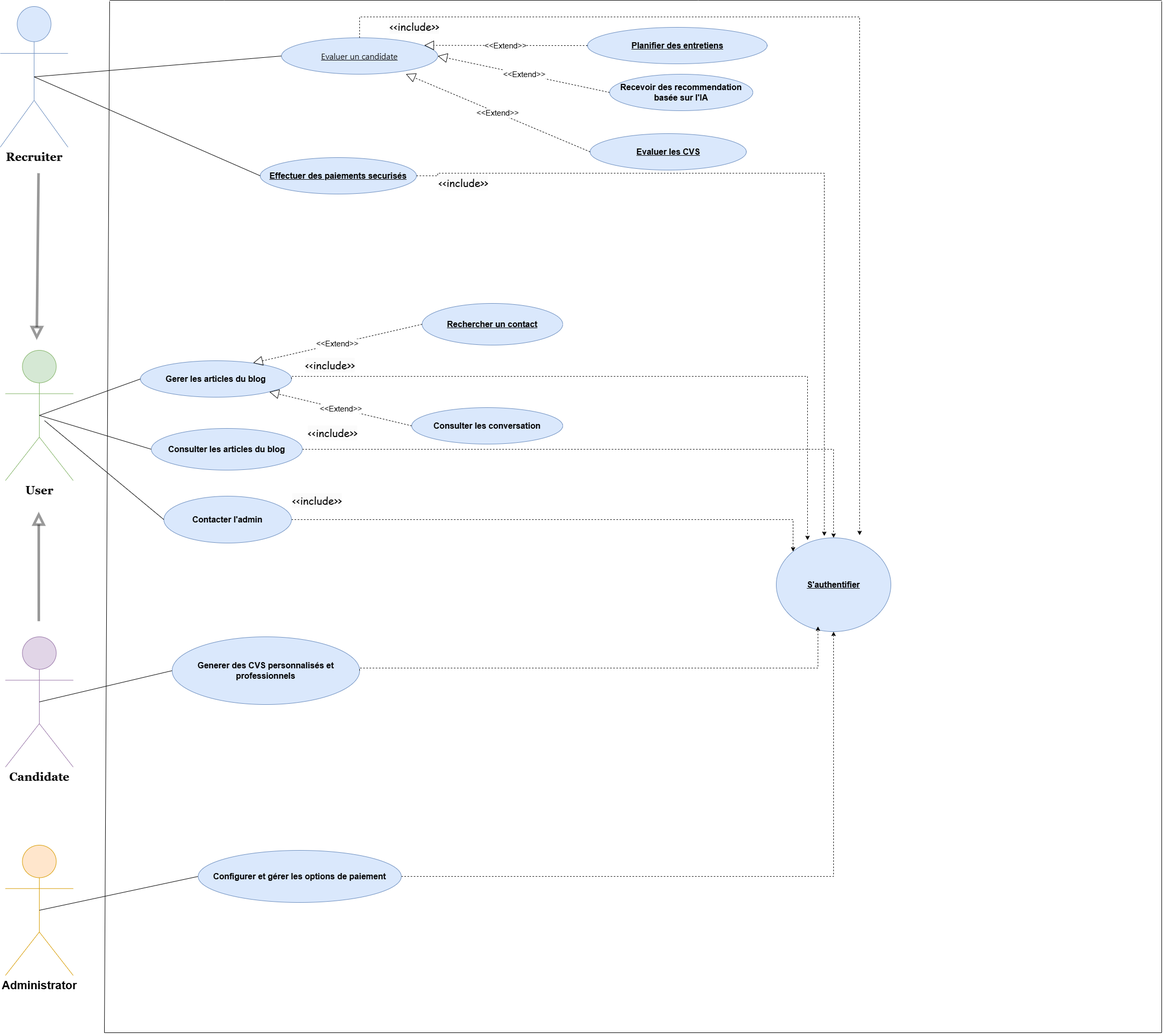
Above: Diagramme cas utilisation sprint3.drawio.png in chirine1/-project (draw.io), before the change. Source tidied: cells renumbered, new cells last; positions are measured from the earlier drawing's top-left corner, leaving out a move shared by most shapes.
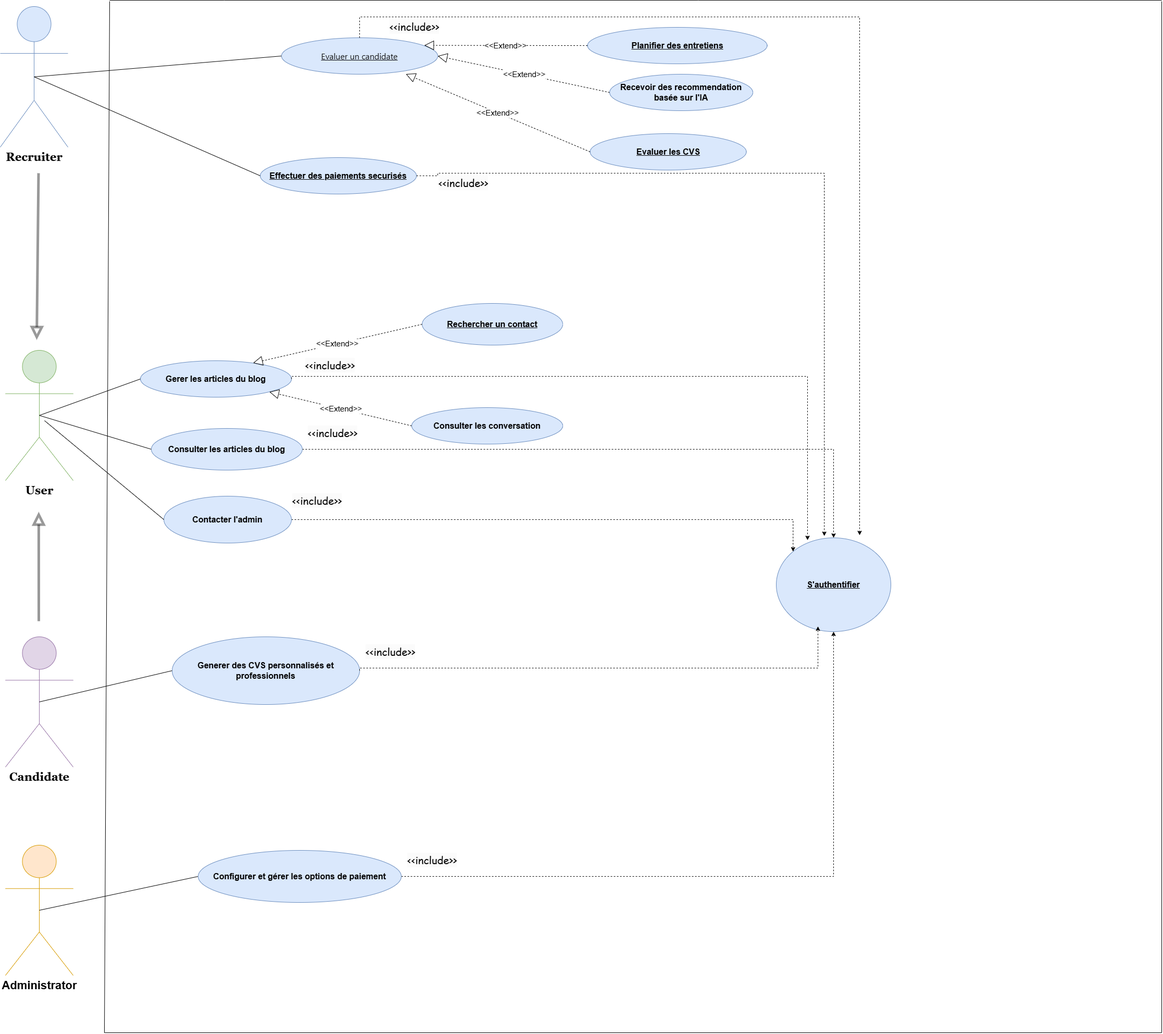
Later version of the same file.

Commit message:
Mettre à jour Diagramme cas utilisation sprint3.drawio.png

The edit, as a diff of the source:
```diff
@@ -207,5 +207,11 @@
     <mxCell id="50" value="&lt;span style=&quot;color: rgb(0, 0, 0); font-family: &amp;quot;Comic Sans MS&amp;quot;; font-size: 20px; font-style: normal; font-variant-ligatures: normal; font-variant-caps: normal; font-weight: 400; letter-spacing: normal; orphans: 2; text-align: center; text-indent: 0px; text-transform: none; widows: 2; word-spacing: 0px; -webkit-text-stroke-width: 0px; background-color: rgb(251, 251, 251); text-decoration-thickness: initial; text-decoration-style: initial; text-decoration-color: initial; float: none; display: inline !important;&quot;&gt;&amp;lt;&amp;lt;include&amp;gt;&amp;gt;&lt;/span&gt;" style="text;whiteSpace=wrap;html=1;" parent="1" vertex="1">
       <mxGeometry x="559.1" y="942" width="130" height="50" as="geometry" />
     </mxCell>
+    <mxCell id="51" value="&lt;span style=&quot;color: rgb(0, 0, 0); font-family: &amp;quot;Comic Sans MS&amp;quot;; font-size: 20px; font-style: normal; font-variant-ligatures: normal; font-variant-caps: normal; font-weight: 400; letter-spacing: normal; orphans: 2; text-align: center; text-indent: 0px; text-transform: none; widows: 2; word-spacing: 0px; -webkit-text-stroke-width: 0px; background-color: rgb(251, 251, 251); text-decoration-thickness: initial; text-decoration-style: initial; text-decoration-color: initial; float: none; display: inline !important;&quot;&gt;&amp;lt;&amp;lt;include&amp;gt;&amp;gt;&lt;/span&gt;" style="text;whiteSpace=wrap;html=1;" parent="1" vertex="1">
+      <mxGeometry x="700" y="1232" width="130" height="50" as="geometry" />
+    </mxCell>
+    <mxCell id="52" value="&lt;span style=&quot;color: rgb(0, 0, 0); font-family: &amp;quot;Comic Sans MS&amp;quot;; font-size: 20px; font-style: normal; font-variant-ligatures: normal; font-variant-caps: normal; font-weight: 400; letter-spacing: normal; orphans: 2; text-align: center; text-indent: 0px; text-transform: none; widows: 2; word-spacing: 0px; -webkit-text-stroke-width: 0px; background-color: rgb(251, 251, 251); text-decoration-thickness: initial; text-decoration-style: initial; text-decoration-color: initial; float: none; display: inline !important;&quot;&gt;&amp;lt;&amp;lt;include&amp;gt;&amp;gt;&lt;/span&gt;" style="text;whiteSpace=wrap;html=1;" parent="1" vertex="1">
+      <mxGeometry x="780" y="1632" width="130" height="50" as="geometry" />
+    </mxCell>
   </root>
 </mxGraphModel>
```
